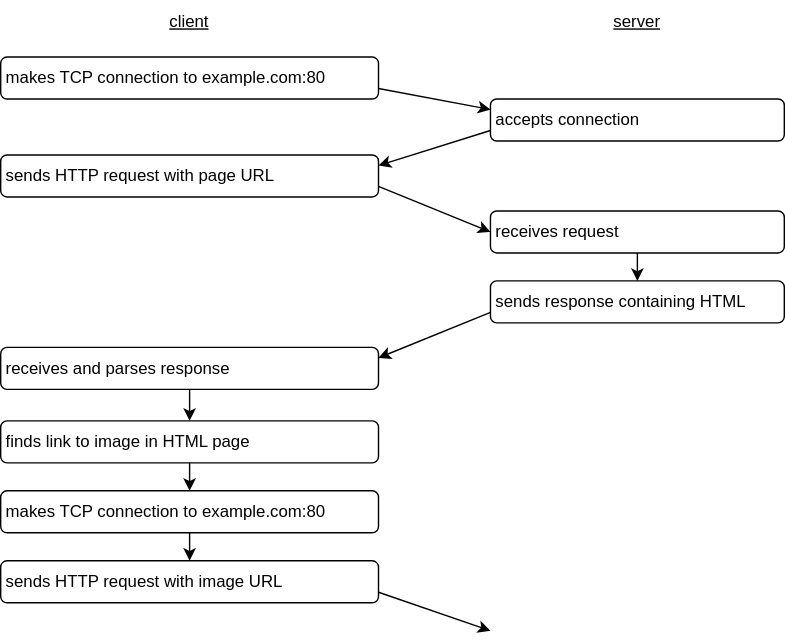
Earlier version of the draw.io export sdxpy/http/http_lifecycle.svg (gvwilson/thirdbit). Source tidied: cells renumbered, new cells last; positions are measured from the earlier drawing's top-left corner, leaving out a move shared by most shapes.
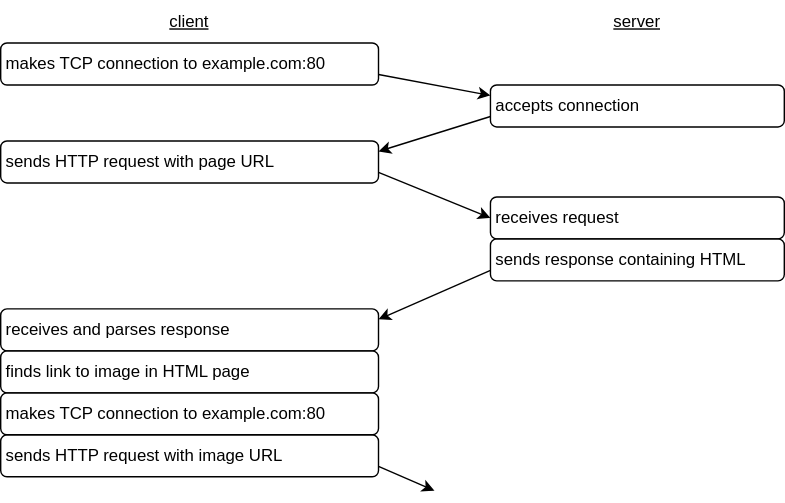
After the commit.

Diff of the diagram source:
```diff
@@ -3,31 +3,31 @@
     <mxCell id="0" />
     <mxCell id="1" parent="0" />
     <mxCell id="2" value="makes TCP connection to example.com:80" style="text;html=1;strokeColor=default;fillColor=none;align=left;verticalAlign=middle;whiteSpace=wrap;rounded=1;hachureGap=4;fontFamily=Helvetica;fontSize=12;spacingTop=0;spacing=4;" parent="1" vertex="1">
-      <mxGeometry y="40" width="270" height="30" as="geometry" />
+      <mxGeometry y="30" width="270" height="30" as="geometry" />
     </mxCell>
     <mxCell id="3" value="sends HTTP request with page URL" style="text;html=1;strokeColor=default;fillColor=none;align=left;verticalAlign=middle;whiteSpace=wrap;rounded=1;hachureGap=4;fontFamily=Helvetica;fontSize=12;spacingTop=0;spacing=4;" parent="1" vertex="1">
-      <mxGeometry y="110" width="270" height="30" as="geometry" />
+      <mxGeometry y="100" width="270" height="30" as="geometry" />
     </mxCell>
     <mxCell id="4" value="receives and parses response" style="text;html=1;strokeColor=default;fillColor=none;align=left;verticalAlign=middle;whiteSpace=wrap;rounded=1;hachureGap=4;fontFamily=Helvetica;fontSize=12;spacingTop=0;spacing=4;" parent="1" vertex="1">
-      <mxGeometry y="247.5" width="270" height="30" as="geometry" />
+      <mxGeometry y="220" width="270" height="30" as="geometry" />
     </mxCell>
     <mxCell id="5" value="makes TCP connection to example.com:80" style="text;html=1;strokeColor=default;fillColor=none;align=left;verticalAlign=middle;whiteSpace=wrap;rounded=1;hachureGap=4;fontFamily=Helvetica;fontSize=12;spacingTop=0;spacing=4;" parent="1" vertex="1">
-      <mxGeometry y="350" width="270" height="30" as="geometry" />
+      <mxGeometry y="280" width="270" height="30" as="geometry" />
     </mxCell>
     <mxCell id="6" value="sends HTTP request with image URL" style="text;html=1;strokeColor=default;fillColor=none;align=left;verticalAlign=middle;whiteSpace=wrap;rounded=1;hachureGap=4;fontFamily=Helvetica;fontSize=12;spacingTop=0;spacing=4;" parent="1" vertex="1">
-      <mxGeometry y="400" width="270" height="30" as="geometry" />
+      <mxGeometry y="310" width="270" height="30" as="geometry" />
     </mxCell>
     <mxCell id="7" value="finds link to image in HTML page" style="text;html=1;strokeColor=default;fillColor=none;align=left;verticalAlign=middle;whiteSpace=wrap;rounded=1;hachureGap=4;fontFamily=Helvetica;fontSize=12;spacingTop=0;spacing=4;" parent="1" vertex="1">
-      <mxGeometry y="300" width="270" height="30" as="geometry" />
+      <mxGeometry y="250" width="270" height="30" as="geometry" />
     </mxCell>
     <mxCell id="8" value="accepts connection" style="text;html=1;strokeColor=default;fillColor=none;align=left;verticalAlign=middle;whiteSpace=wrap;rounded=1;hachureGap=4;fontFamily=Helvetica;fontSize=12;spacingTop=0;spacing=4;" parent="1" vertex="1">
-      <mxGeometry x="350" y="70" width="210" height="30" as="geometry" />
+      <mxGeometry x="350" y="60" width="210" height="30" as="geometry" />
     </mxCell>
     <mxCell id="9" value="receives request" style="text;html=1;strokeColor=default;fillColor=none;align=left;verticalAlign=middle;whiteSpace=wrap;rounded=1;hachureGap=4;fontFamily=Helvetica;fontSize=12;spacingTop=0;spacing=4;" parent="1" vertex="1">
-      <mxGeometry x="350" y="150" width="210" height="30" as="geometry" />
+      <mxGeometry x="350" y="140" width="210" height="30" as="geometry" />
     </mxCell>
     <mxCell id="10" value="sends response containing HTML" style="text;html=1;strokeColor=default;fillColor=none;align=left;verticalAlign=middle;whiteSpace=wrap;rounded=1;hachureGap=4;fontFamily=Helvetica;fontSize=12;spacingTop=0;spacing=4;" parent="1" vertex="1">
-      <mxGeometry x="350" y="200" width="210" height="30" as="geometry" />
+      <mxGeometry x="350" y="170" width="210" height="30" as="geometry" />
     </mxCell>
     <mxCell id="11" style="endArrow=classic;html=1;rounded=1;hachureGap=4;fontFamily=Helvetica;fontSize=12;startSize=6;endSize=6;sourcePerimeterSpacing=0;targetPerimeterSpacing=0;exitX=1;exitY=0.75;exitDx=0;exitDy=0;entryX=0;entryY=0.25;entryDx=0;entryDy=0;" parent="1" edge="1" source="2" target="8">
       <mxGeometry relative="1" as="geometry" />
@@ -41,18 +41,9 @@
     <mxCell id="14" style="endArrow=classic;html=1;rounded=1;hachureGap=4;fontFamily=Helvetica;fontSize=12;startSize=6;endSize=6;sourcePerimeterSpacing=0;targetPerimeterSpacing=0;exitX=0;exitY=0.75;exitDx=0;exitDy=0;entryX=1;entryY=0.25;entryDx=0;entryDy=0;" parent="1" edge="1" source="10" target="4">
       <mxGeometry relative="1" as="geometry" />
     </mxCell>
-    <mxCell id="15" style="endArrow=classic;html=1;rounded=1;hachureGap=4;fontFamily=Helvetica;fontSize=12;startSize=6;endSize=6;sourcePerimeterSpacing=0;targetPerimeterSpacing=0;exitX=0.5;exitY=1;exitDx=0;exitDy=0;entryX=0.5;entryY=0;entryDx=0;entryDy=0;" parent="1" edge="1" source="4" target="7">
-      <mxGeometry relative="1" as="geometry" />
-    </mxCell>
-    <mxCell id="16" style="endArrow=classic;html=1;rounded=1;hachureGap=4;fontFamily=Helvetica;fontSize=12;startSize=6;endSize=6;sourcePerimeterSpacing=0;targetPerimeterSpacing=0;exitX=0.5;exitY=1;exitDx=0;exitDy=0;entryX=0.5;entryY=0;entryDx=0;entryDy=0;" parent="1" edge="1" source="7" target="5">
-      <mxGeometry relative="1" as="geometry" />
-    </mxCell>
-    <mxCell id="17" style="endArrow=classic;html=1;rounded=1;hachureGap=4;fontFamily=Helvetica;fontSize=12;startSize=6;endSize=6;sourcePerimeterSpacing=0;targetPerimeterSpacing=0;exitX=0.5;exitY=1;exitDx=0;exitDy=0;entryX=0.5;entryY=0;entryDx=0;entryDy=0;" parent="1" edge="1" source="5" target="6">
-      <mxGeometry relative="1" as="geometry" />
-    </mxCell>
     <mxCell id="18" style="endArrow=classic;html=1;rounded=1;hachureGap=4;fontFamily=Helvetica;fontSize=12;startSize=6;endSize=6;sourcePerimeterSpacing=0;targetPerimeterSpacing=0;exitX=1;exitY=0.75;exitDx=0;exitDy=0;" parent="1" edge="1" source="6">
       <mxGeometry relative="1" as="geometry">
-        <mxPoint x="350" y="450" as="targetPoint" />
+        <mxPoint x="310" y="350" as="targetPoint" />
       </mxGeometry>
     </mxCell>
     <mxCell id="19" value="&lt;u style=&quot;font-size: 12px;&quot;&gt;client&lt;/u&gt;" style="text;html=1;strokeColor=none;fillColor=none;align=center;verticalAlign=middle;whiteSpace=wrap;rounded=0;hachureGap=4;fontFamily=Helvetica;fontSize=12;" parent="1" vertex="1">
@@ -61,8 +52,5 @@
     <mxCell id="20" value="&lt;u style=&quot;font-size: 12px;&quot;&gt;server&lt;/u&gt;" style="text;html=1;strokeColor=none;fillColor=none;align=center;verticalAlign=middle;whiteSpace=wrap;rounded=0;hachureGap=4;fontFamily=Helvetica;fontSize=12;" parent="1" vertex="1">
       <mxGeometry x="425" width="60" height="30" as="geometry" />
     </mxCell>
-    <mxCell id="21" style="endArrow=classic;html=1;rounded=0;exitX=0.5;exitY=1;exitDx=0;exitDy=0;entryX=0.5;entryY=0;entryDx=0;entryDy=0;" parent="1" edge="1" source="9" target="10">
-      <mxGeometry relative="1" as="geometry" />
-    </mxCell>
   </root>
 </mxGraphModel>
```
